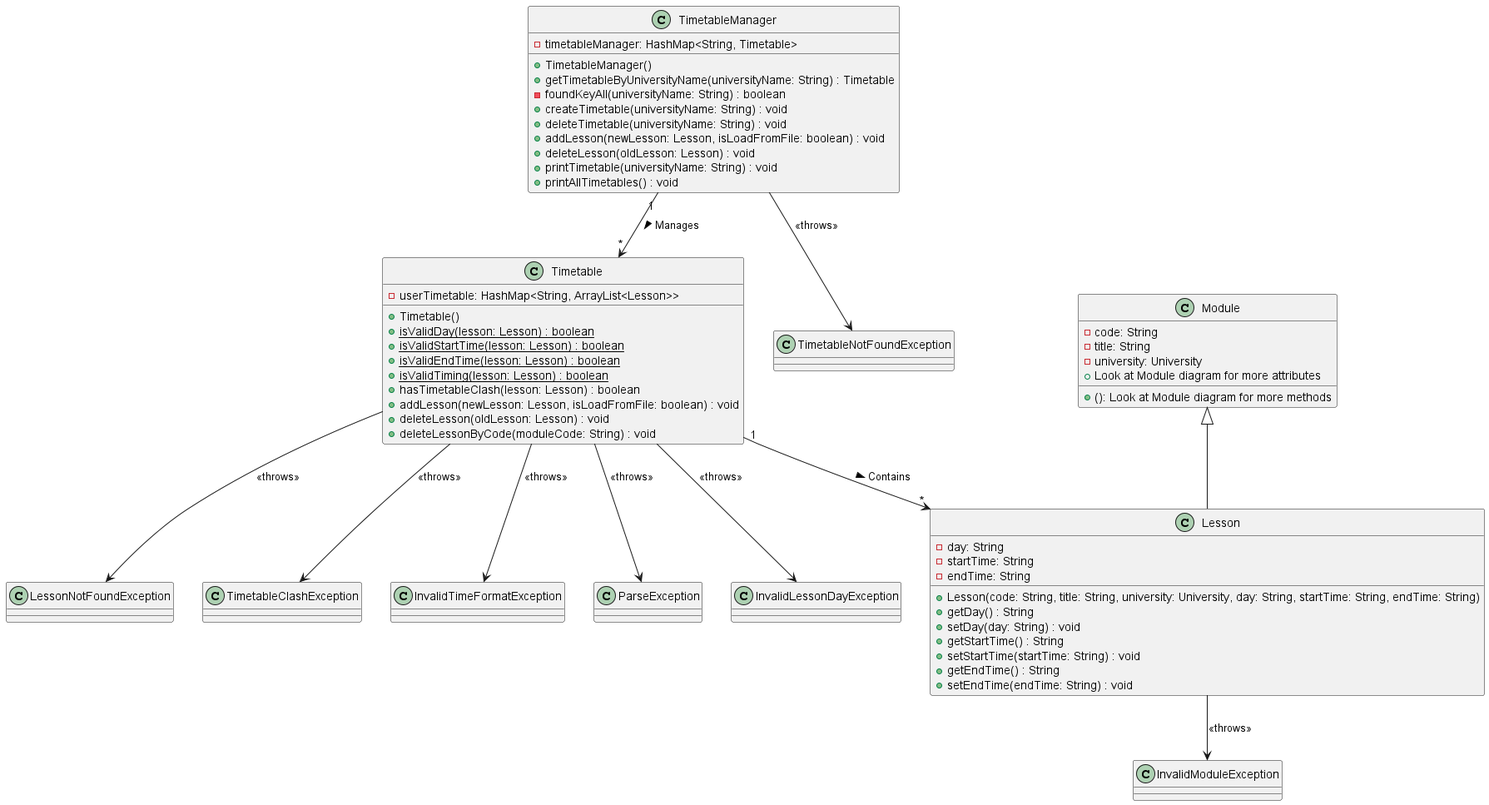
The PlantUML diagram docs/images/Timetable_Class.png in nus-cs2113-AY2223S1/tp, before a commit.
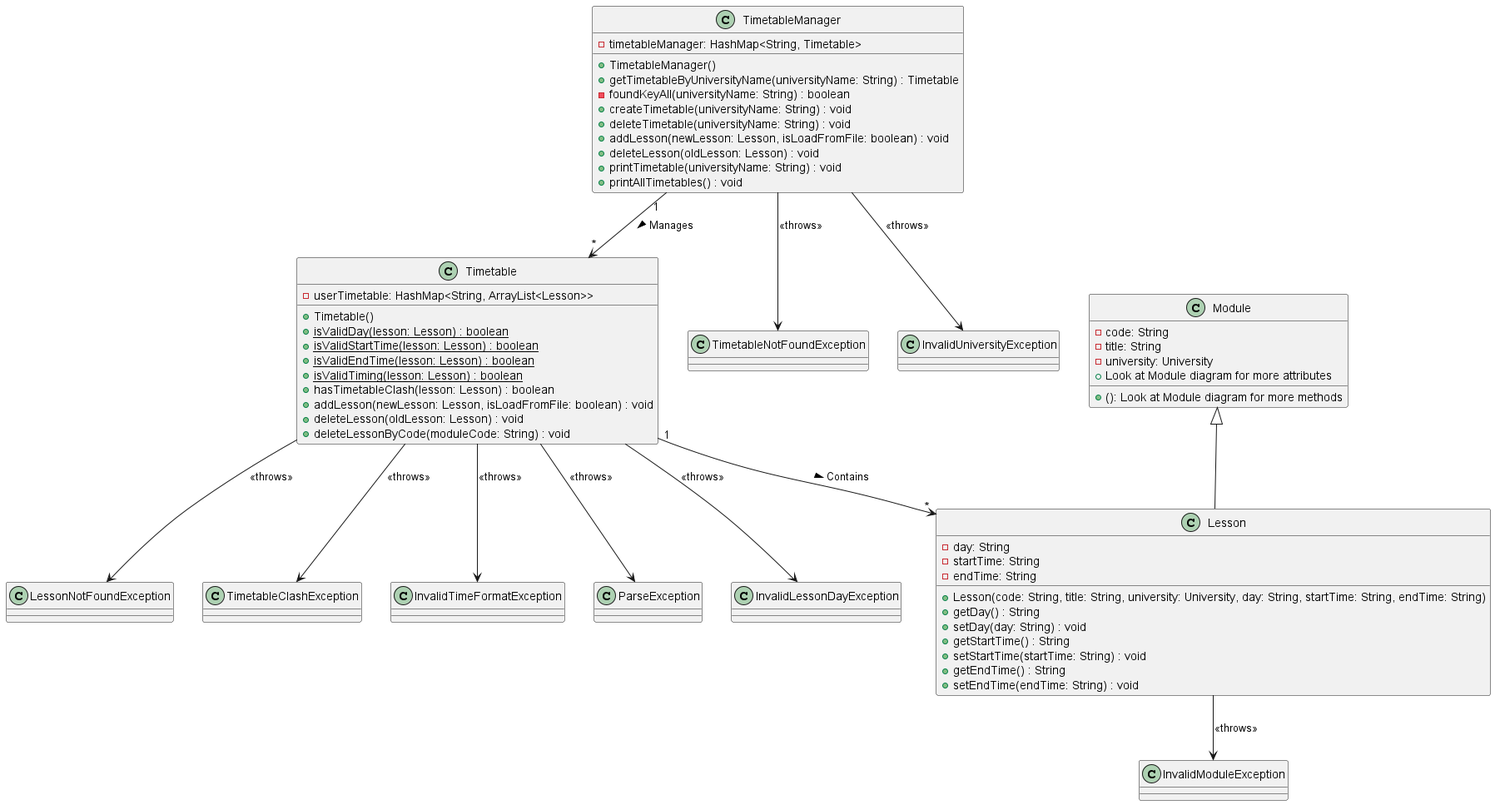
Later version of the same file.

Commit message:
Update Timetable diagram

Change to the diagram source:
```diff
@@ -68,6 +68,9 @@
 class InvalidLessonDayException {
 }
 
+class InvalidUniversityException {
+}
+
 TimetableManager "1" --> "*" Timetable :> Manages
 Timetable "1" --> "*" Lesson :> Contains
 Lesson --> InvalidModuleException : <<throws>>
@@ -77,6 +80,7 @@
 Timetable --> LessonNotFoundException : <<throws>>
 Timetable --> InvalidLessonDayException : <<throws>>
 TimetableManager --> TimetableNotFoundException : <<throws>>
+TimetableManager --> InvalidUniversityException : <<throws>>
 Module <|-- Lesson
 
 @enduml
```
